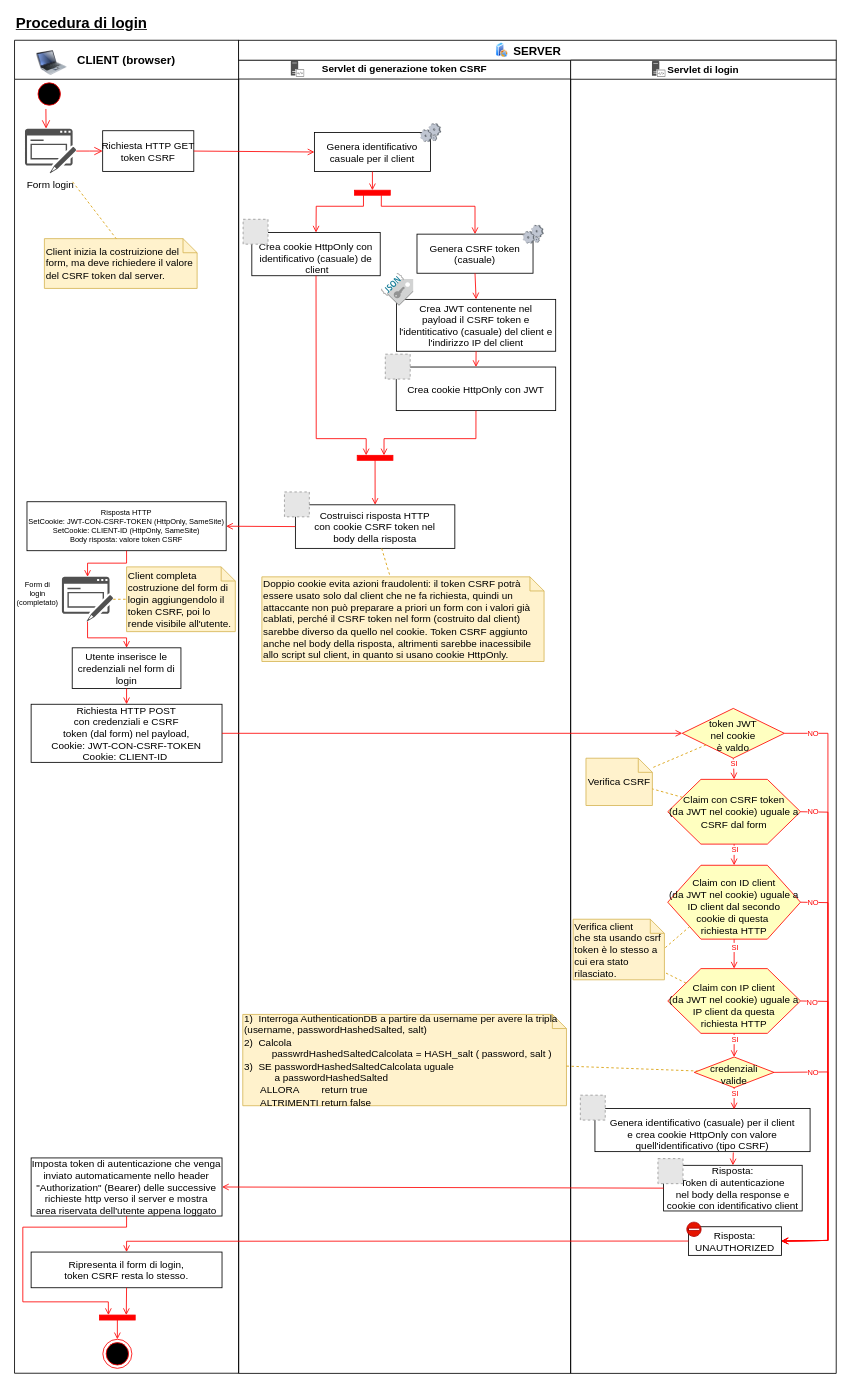
Before: __EXTRA__/algoritmi schemi e note progettuali/algoritmi/Login.drawio in matteoferfoglia/progetto-progrweb-2020, a draw.io diagram. Source tidied: cells renumbered, new cells numbered last; positions are measured from the earlier drawing's top-left corner, leaving out a move shared by most shapes. Both pictures are drawn from the tidied source at 83%, with x=0, y=0 at pixel (14, 15). Pictures stored in the file or linked from it are replaced by grey dashed boxes.
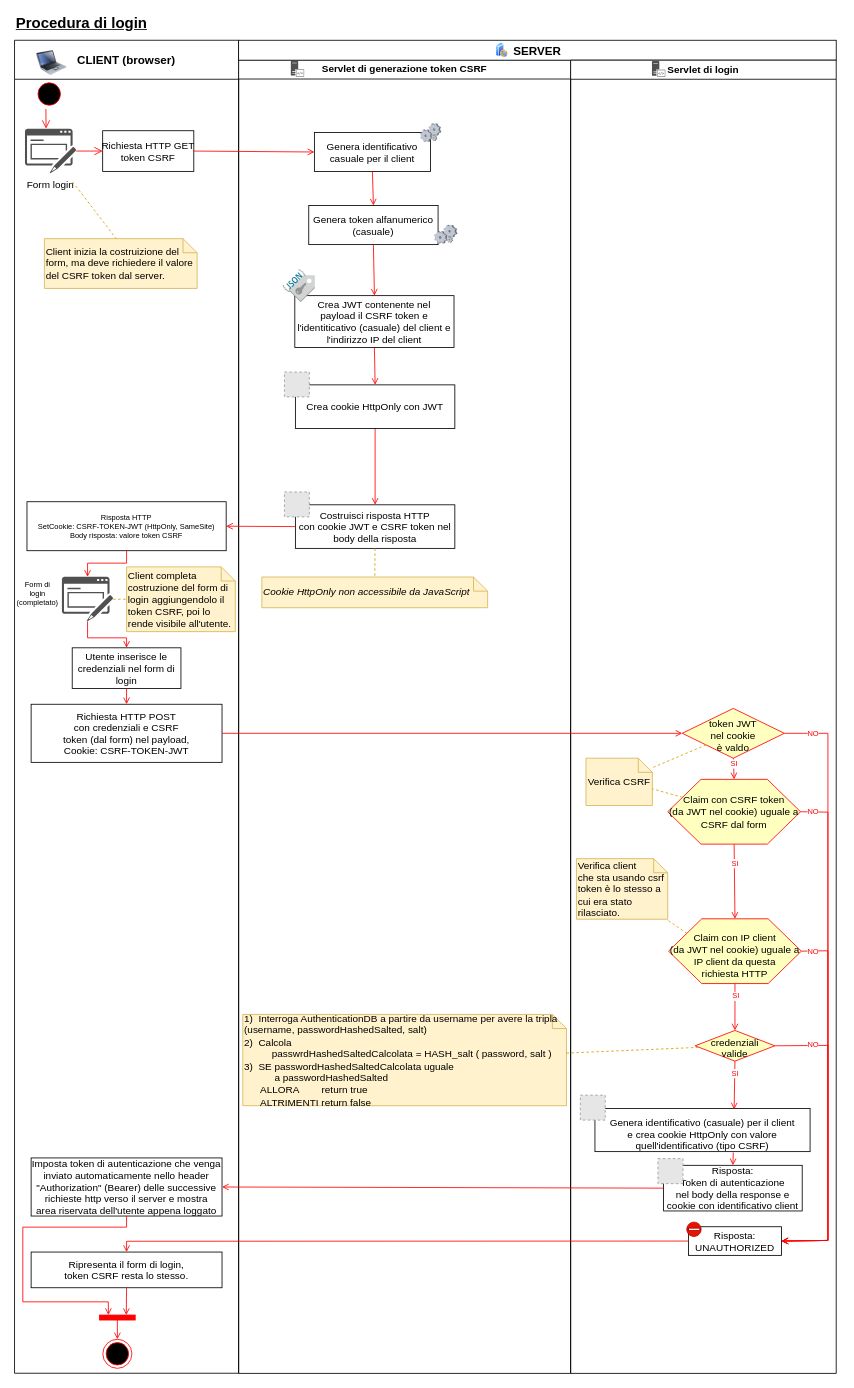
The same diagram, later.

Unchanged cells that the change refers to:
```xml
<mxCell id="6" value="CLIENT (browser)" style="swimlane;whiteSpace=wrap;startSize=47;fontSize=14;" parent="5" vertex="1">
  <mxGeometry width="270" height="1606" as="geometry" />
</mxCell>
<mxCell id="31" value="Servlet di generazione token CSRF" style="swimlane;whiteSpace=wrap;startSize=23;" parent="30" vertex="1">
  <mxGeometry width="400" height="1582.5" as="geometry" />
</mxCell>
<mxCell id="34" value="Genera identificativo&#10;casuale per il client" parent="33" vertex="1">
  <mxGeometry y="17.9" width="139.8" height="47.1" as="geometry" />
</mxCell>
<mxCell id="64" style="group;spacingTop=6;" parent="63" vertex="1">
  <mxGeometry x="-8.2" y="6" width="213.4" height="68" as="geometry" />
</mxCell>
<mxCell id="74" value="Servlet di login" style="swimlane;whiteSpace=wrap;startSize=23;" parent="29" vertex="1">
  <mxGeometry x="400" y="24" width="320" height="1582.2" as="geometry" />
</mxCell>
<mxCell id="77" value="&lt;span style=&quot;font-size: 12px&quot;&gt;Claim con CSRF&amp;nbsp;&lt;/span&gt;&lt;span style=&quot;font-size: 12px&quot;&gt;token&lt;br&gt;(da JWT nel cookie) uguale&amp;nbsp;&lt;/span&gt;&lt;span style=&quot;font-size: 12px&quot;&gt;a CSRF dal form&lt;/span&gt;" style="shape=hexagon;perimeter=hexagonPerimeter2;whiteSpace=wrap;html=1;fontSize=9;fillColor=#FFFFC0;strokeColor=#FF0000;" parent="74" vertex="1">
  <mxGeometry x="117" y="866.5" width="160" height="78" as="geometry" />
</mxCell>
<mxCell id="93" value="Risposta:&#10;UNAUTHORIZED" parent="92" vertex="1">
  <mxGeometry x="2" y="5.5" width="112" height="34.5" as="geometry" />
</mxCell>
```

Change to the diagram source:
```diff
@@
-    <mxCell id="11" value="Risposta HTTP&#10;SetCookie: JWT-CON-CSRF-TOKEN (HttpOnly, SameSite)&#10;SetCookie: CLIENT-ID (HttpOnly, SameSite)&#10;Body risposta: valore token CSRF" style="fontSize=9;" parent="6" vertex="1">
+    <mxCell id="11" value="Risposta HTTP&#10;SetCookie: CSRF-TOKEN-JWT (HttpOnly, SameSite)&#10;Body risposta: valore token CSRF" style="fontSize=9;" parent="6" vertex="1">
       <mxGeometry x="15" y="556" width="240" height="59" as="geometry" />
     </mxCell>
@@
-    <mxCell id="18" value="Richiesta HTTP POST&#10;con credenziali e CSRF&#10;token (dal form) nel payload,&#10;Cookie: JWT-CON-CSRF-TOKEN&#10;Cookie: CLIENT-ID " parent="6" vertex="1">
+    <mxCell id="18" value="Richiesta HTTP POST&#10;con credenziali e CSRF&#10;token (dal form) nel payload,&#10;Cookie: CSRF-TOKEN-JWT" parent="6" vertex="1">
       <mxGeometry x="20" y="800" width="230" height="70" as="geometry" />
     </mxCell>
@@
-    <mxCell id="36" style="group;" parent="31" vertex="1">
-      <mxGeometry x="9.5" y="186" width="161.2" height="74" as="geometry" />
-    </mxCell>
-    <mxCell id="37" style="group;" parent="36" vertex="1">
-      <mxGeometry width="161.2" height="74" as="geometry" />
-    </mxCell>
-    <mxCell id="38" style="group;" parent="37" vertex="1">
-      <mxGeometry x="-4.1" y="6" width="165.3" height="68" as="geometry" />
-    </mxCell>
-    <mxCell id="39" style="group;" parent="38" vertex="1">
-      <mxGeometry width="165.3" height="68" as="geometry" />
-    </mxCell>
-    <mxCell id="40" value="Crea cookie HttpOnly con&#10;identificativo (casuale) de&#10; client" style="fontStyle=0;spacingTop=9;" parent="39" vertex="1">
-      <mxGeometry x="10.5" y="16" width="154.7" height="52" as="geometry" />
-    </mxCell>
-    <mxCell id="41" style="fillColor=#E6E6E6;strokeColor=#999999;dashed=1;verticalLabelPosition=bottom;labelBackgroundColor=#ffffff;verticalAlign=top;" parent="39" vertex="1">
-      <mxGeometry width="30" height="30" as="geometry" />
-    </mxCell>
-    <mxCell id="42" style="whiteSpace=wrap;strokeColor=#FF0000;fillColor=#FF0000;direction=south;" parent="31" vertex="1">
-      <mxGeometry x="139.7" y="157" width="43" height="6" as="geometry" />
-    </mxCell>
-    <mxCell id="43" style="endArrow=open;strokeColor=#FF0000;endFill=1;rounded=0;exitX=0.5;exitY=1;exitDx=0;exitDy=0;entryX=0;entryY=0.5;entryDx=0;entryDy=0;" parent="31" edge="1" source="34" target="42">
+    <mxCell id="43" style="endArrow=open;strokeColor=#FF0000;endFill=1;rounded=0;exitX=0.5;exitY=1;exitDx=0;exitDy=0;entryX=0.5;entryY=0;entryDx=0;entryDy=0;" parent="31" edge="1" source="34" target="52">
       <mxGeometry relative="1" as="geometry" />
     </mxCell>
-    <mxCell id="44" style="endArrow=open;strokeColor=#FF0000;endFill=1;rounded=0;exitX=1;exitY=0.75;exitDx=0;exitDy=0;entryX=0.5;entryY=0;entryDx=0;entryDy=0;" parent="31" edge="1" source="42" target="40">
-      <mxGeometry relative="1" as="geometry">
-        <Array as="points">
-          <mxPoint x="150.4" y="176.3" />
-          <mxPoint x="93.5" y="176.3" />
-        </Array>
-      </mxGeometry>
-    </mxCell>
-    <mxCell id="45" style="endArrow=open;strokeColor=#FF0000;endFill=1;rounded=0;exitX=1;exitY=0.25;exitDx=0;exitDy=0;" parent="31" edge="1" source="42" target="52">
-      <mxGeometry relative="1" as="geometry">
-        <Array as="points">
-          <mxPoint x="171.9" y="176.3" />
-          <mxPoint x="284.8" y="176.3" />
-        </Array>
-      </mxGeometry>
-    </mxCell>
-    <mxCell id="46" style="group;spacingTop=0;" parent="31" vertex="1">
-      <mxGeometry x="169" y="270" width="213" height="81" as="geometry" />
-    </mxCell>
-    <mxCell id="47" value="Crea JWT contenente nel&#10;payload il CSRF token e&#10;l'identiticativo (casuale) del client e&#10;l'indirizzo IP del client" style="fontStyle=0;spacingTop=0;" parent="46" vertex="1">
-      <mxGeometry x="21.2" y="18.5" width="191.8" height="62.5" as="geometry" />
-    </mxCell>
-    <mxCell id="48" style="group;" parent="46" vertex="1">
-      <mxGeometry x="0.8" y="-6.1" width="43.7" height="41.7" as="geometry" />
-    </mxCell>
-    <mxCell id="49" style="dashed=0;verticalLabelPosition=bottom;verticalAlign=top;align=center;html=1;shape=mxgraph.aws3.saml_token;fillColor=#D2D3D3;gradientColor=none;fontSize=14;" parent="48" vertex="1">
-      <mxGeometry x="9.1" width="31.4" height="32.4" as="geometry" />
-    </mxCell>
-    <mxCell id="50" style="dashed=0;html=1;align=center;labelPosition=center;verticalLabelPosition=bottom;verticalAlign=top;shape=mxgraph.weblogos.json_2;fontSize=14;rotation=-45;" parent="48" vertex="1">
-      <mxGeometry y="0.9" width="31.2" height="11.4" as="geometry" />
-    </mxCell>
-    <mxCell id="51" style="group;" parent="31" vertex="1">
-      <mxGeometry x="214.9" y="192" width="152.6" height="65" as="geometry" />
-    </mxCell>
-    <mxCell id="52" value="Genera CSRF token&#10;(casuale)" parent="51" vertex="1">
-      <mxGeometry y="17.9" width="139.8" height="47.1" as="geometry" />
-    </mxCell>
-    <mxCell id="53" style="verticalLabelPosition=bottom;html=1;verticalAlign=top;strokeColor=none;align=center;shape=mxgraph.citrix.process;labelBackgroundColor=none;fontSize=14;fontColor=#009900;" parent="51" vertex="1">
-      <mxGeometry x="127.5" y="7" width="25.1" height="22" as="geometry" />
-    </mxCell>
-    <mxCell id="54" style="group;spacingTop=2;" parent="31" vertex="1">
-      <mxGeometry x="176.8" y="348.5" width="205.3" height="74" as="geometry" />
-    </mxCell>
-    <mxCell id="55" style="group;spacingTop=6;" parent="54" vertex="1">
-      <mxGeometry x="-8.2" y="6" width="213.4" height="68" as="geometry" />
-    </mxCell>
-    <mxCell id="56" value="Crea cookie HttpOnly con JWT" style="fontStyle=0;spacingTop=0;" parent="55" vertex="1">
-      <mxGeometry x="21.3" y="15.5" width="192.1" height="52.5" as="geometry" />
-    </mxCell>
-    <mxCell id="57" style="fillColor=#E6E6E6;strokeColor=#999999;dashed=1;verticalLabelPosition=bottom;labelBackgroundColor=#ffffff;verticalAlign=top;" parent="55" vertex="1">
-      <mxGeometry x="8.1" width="30" height="30" as="geometry" />
-    </mxCell>
-    <mxCell id="58" style="endArrow=open;strokeColor=#FF0000;endFill=1;rounded=0;exitX=0.5;exitY=1;exitDx=0;exitDy=0;entryX=0.5;entryY=0;entryDx=0;entryDy=0;" parent="31" edge="1" source="52" target="47">
-      <mxGeometry relative="1" as="geometry" />
-    </mxCell>
-    <mxCell id="59" style="whiteSpace=wrap;strokeColor=#FF0000;fillColor=#FF0000;direction=south;" parent="31" vertex="1">
-      <mxGeometry x="142.9" y="476.4" width="43" height="6" as="geometry" />
-    </mxCell>
-    <mxCell id="60" style="endArrow=open;strokeColor=#FF0000;endFill=1;rounded=0;exitX=0.5;exitY=1;exitDx=0;exitDy=0;entryX=0;entryY=0.75;entryDx=0;entryDy=0;" parent="31" edge="1" source="40" target="59">
-      <mxGeometry relative="1" as="geometry">
-        <Array as="points">
-          <mxPoint x="93.5" y="456.3" />
-          <mxPoint x="153.7" y="456.3" />
-        </Array>
-      </mxGeometry>
-    </mxCell>
-    <mxCell id="61" style="endArrow=open;strokeColor=#FF0000;endFill=1;rounded=0;exitX=0.5;exitY=1;exitDx=0;exitDy=0;entryX=0;entryY=0.25;entryDx=0;entryDy=0;" parent="31" edge="1" source="56" target="59">
-      <mxGeometry relative="1" as="geometry">
-        <Array as="points">
-          <mxPoint x="285.9" y="456.3" />
-          <mxPoint x="175.2" y="456.3" />
-        </Array>
-      </mxGeometry>
-    </mxCell>
-    <mxCell id="62" style="endArrow=open;strokeColor=#FF0000;endFill=1;rounded=0;exitX=0.5;exitY=1;exitDx=0;exitDy=0;entryX=0.5;entryY=0;entryDx=0;entryDy=0;" parent="31" edge="1" source="47" target="56">
-      <mxGeometry relative="1" as="geometry" />
-    </mxCell>
@@
-    <mxCell id="65" value="Costruisci risposta HTTP&#10;con cookie CSRF token nel&#10;body della risposta" style="fontStyle=0;spacingTop=0;" parent="64" vertex="1">
+    <mxCell id="65" value="Costruisci risposta HTTP&#10;con cookie JWT e CSRF token nel&#10;body della risposta" style="fontStyle=0;spacingTop=0;" parent="64" vertex="1">
       <mxGeometry x="21.3" y="15.5" width="192.1" height="52.5" as="geometry" />
     </mxCell>
@@
-    <mxCell id="67" style="edgeStyle=none;strokeColor=#FF0000;endArrow=open;endFill=1;rounded=0;exitX=1;exitY=0.5;exitDx=0;exitDy=0;entryX=0.5;entryY=0;entryDx=0;entryDy=0;" parent="31" edge="1" source="59" target="65">
+    <mxCell id="67" style="edgeStyle=none;strokeColor=#FF0000;endArrow=open;endFill=1;rounded=0;exitX=0.5;exitY=1;exitDx=0;exitDy=0;entryX=0.5;entryY=0;entryDx=0;entryDy=0;" parent="31" edge="1" source="56" target="65">
       <mxGeometry relative="1" as="geometry" />
     </mxCell>
-    <mxCell id="68" value="Doppio cookie evita azioni fraudolenti: il token CSRF potrà essere usato solo dal client che ne fa richiesta, quindi un attaccante non può preparare a priori un form con i valori già cablati, perché il CSRF token nel form (costruito dal client) sarebbe diverso da quello nel cookie. Token CSRF aggiunto anche nel body della risposta, altrimenti sarebbe inacessibile allo script sul client, in quanto si usano cookie HttpOnly." style="shape=note;whiteSpace=wrap;size=17;align=left;fillColor=#fff2cc;strokeColor=#d6b656;" parent="31" vertex="1">
-      <mxGeometry x="28" y="622.8" width="340" height="102" as="geometry" />
+    <mxCell id="68" value="Cookie HttpOnly non accessibile da JavaScript" style="shape=note;whiteSpace=wrap;size=17;align=left;fillColor=#fff2cc;strokeColor=#d6b656;fontStyle=2;" parent="31" vertex="1">
+      <mxGeometry x="28" y="623" width="272" height="37" as="geometry" />
     </mxCell>
@@
+    <mxCell id="46" style="group;spacingTop=0;" parent="31" vertex="1">
+      <mxGeometry x="50.5" y="265.5" width="213" height="81" as="geometry" />
+    </mxCell>
+    <mxCell id="47" value="Crea JWT contenente nel&#10;payload il CSRF token e&#10;l'identiticativo (casuale) del client e&#10;l'indirizzo IP del client" style="fontStyle=0;spacingTop=0;" parent="46" vertex="1">
+      <mxGeometry x="17.2" y="18.5" width="191.8" height="62.5" as="geometry" />
+    </mxCell>
+    <mxCell id="48" style="group;" parent="46" vertex="1">
+      <mxGeometry x="0.8" y="-6.1" width="43.7" height="41.7" as="geometry" />
+    </mxCell>
+    <mxCell id="49" style="dashed=0;verticalLabelPosition=bottom;verticalAlign=top;align=center;html=1;shape=mxgraph.aws3.saml_token;fillColor=#D2D3D3;gradientColor=none;fontSize=14;" parent="48" vertex="1">
+      <mxGeometry x="9.1" width="31.4" height="32.4" as="geometry" />
+    </mxCell>
+    <mxCell id="50" style="dashed=0;html=1;align=center;labelPosition=center;verticalLabelPosition=bottom;verticalAlign=top;shape=mxgraph.weblogos.json_2;fontSize=14;rotation=-45;" parent="48" vertex="1">
+      <mxGeometry y="0.9" width="31.2" height="11.4" as="geometry" />
+    </mxCell>
+    <mxCell id="52" value="Genera token alfanumerico&#10;(casuale)" parent="31" vertex="1">
+      <mxGeometry x="84.5" y="175.4" width="155.8" height="47.1" as="geometry" />
+    </mxCell>
+    <mxCell id="53" style="verticalLabelPosition=bottom;html=1;verticalAlign=top;strokeColor=none;align=center;shape=mxgraph.citrix.process;labelBackgroundColor=none;fontSize=14;fontColor=#009900;" parent="31" vertex="1">
+      <mxGeometry x="235.6" y="199" width="27.9" height="22" as="geometry" />
+    </mxCell>
+    <mxCell id="54" style="group;spacingTop=2;" parent="31" vertex="1">
+      <mxGeometry x="61.8" y="370" width="205.3" height="74" as="geometry" />
+    </mxCell>
+    <mxCell id="55" style="group;spacingTop=6;" parent="54" vertex="1">
+      <mxGeometry x="-14.7" y="6" width="213.4" height="68" as="geometry" />
+    </mxCell>
+    <mxCell id="56" value="Crea cookie HttpOnly con JWT" style="fontStyle=0;spacingTop=0;" parent="55" vertex="1">
+      <mxGeometry x="21.3" y="15.5" width="192.1" height="52.5" as="geometry" />
+    </mxCell>
+    <mxCell id="57" style="fillColor=#E6E6E6;strokeColor=#999999;dashed=1;verticalLabelPosition=bottom;labelBackgroundColor=#ffffff;verticalAlign=top;" parent="55" vertex="1">
+      <mxGeometry x="8.1" width="30" height="30" as="geometry" />
+    </mxCell>
+    <mxCell id="58" style="endArrow=open;strokeColor=#FF0000;endFill=1;rounded=0;exitX=0.5;exitY=1;exitDx=0;exitDy=0;entryX=0.5;entryY=0;entryDx=0;entryDy=0;" parent="31" edge="1" source="52" target="47">
+      <mxGeometry relative="1" as="geometry" />
+    </mxCell>
+    <mxCell id="62" style="endArrow=open;strokeColor=#FF0000;endFill=1;rounded=0;exitX=0.5;exitY=1;exitDx=0;exitDy=0;entryX=0.5;entryY=0;entryDx=0;entryDy=0;" parent="31" edge="1" source="47" target="56">
+      <mxGeometry relative="1" as="geometry" />
+    </mxCell>
@@
     <mxCell id="78" value="&lt;span style=&quot;font-size: 12px&quot;&gt;Claim con IP client&lt;/span&gt;&lt;span style=&quot;font-size: 12px&quot;&gt;&lt;br&gt;(da JWT nel cookie) uguale&amp;nbsp;&lt;/span&gt;&lt;span style=&quot;font-size: 12px&quot;&gt;a IP client da questa&lt;br&gt;&lt;/span&gt;&lt;font style=&quot;font-size: 12px&quot;&gt;richiesta HTTP&lt;/font&gt;" style="shape=hexagon;perimeter=hexagonPerimeter2;whiteSpace=wrap;html=1;fontSize=9;fillColor=#FFFFC0;strokeColor=#FF0000;spacingTop=10;" parent="74" vertex="1">
-      <mxGeometry x="117" y="1094.5" width="160" height="78" as="geometry" />
+      <mxGeometry x="118" y="1034.5" width="160" height="78" as="geometry" />
     </mxCell>
-    <mxCell id="79" value="&lt;span style=&quot;font-size: 12px&quot;&gt;Claim con ID client&lt;/span&gt;&lt;span style=&quot;font-size: 12px&quot;&gt;&lt;br&gt;(da JWT nel cookie) uguale&amp;nbsp;&lt;/span&gt;&lt;span style=&quot;font-size: 12px&quot;&gt;a ID client dal secondo&lt;br&gt;cookie di questa&amp;nbsp;&lt;br&gt;&lt;/span&gt;&lt;font style=&quot;font-size: 12px&quot;&gt;richiesta HTTP&lt;/font&gt;" style="shape=hexagon;perimeter=hexagonPerimeter2;whiteSpace=wrap;html=1;fontSize=9;fillColor=#FFFFC0;strokeColor=#FF0000;spacingTop=10;" parent="74" vertex="1">
-      <mxGeometry x="117" y="970" width="160" height="89" as="geometry" />
-    </mxCell>
@@
     <mxCell id="83" value="Verifica client&#10;che sta usando csrf token è lo stesso a cui era stato rilasciato." style="shape=note;whiteSpace=wrap;size=17;align=left;fillColor=#fff2cc;strokeColor=#d6b656;" parent="74" vertex="1">
-      <mxGeometry x="3" y="1035" width="110" height="73" as="geometry" />
+      <mxGeometry x="7" y="962" width="110" height="73" as="geometry" />
     </mxCell>
-    <mxCell id="84" style="endArrow=none;strokeColor=#d79b00;endFill=0;rounded=0;dashed=1;fillColor=#ffe6cc;entryX=0.991;entryY=0.493;entryDx=0;entryDy=0;entryPerimeter=0;exitX=0.166;exitY=0.829;exitDx=0;exitDy=0;exitPerimeter=0;" parent="74" edge="1" source="79" target="83">
-      <mxGeometry relative="1" as="geometry" />
-    </mxCell>
@@
-    <mxCell id="88" style="edgeStyle=none;strokeColor=#FF0000;endArrow=open;endFill=1;rounded=0;exitX=0.5;exitY=1;exitDx=0;exitDy=0;entryX=0.5;entryY=0;entryDx=0;entryDy=0;" parent="74" edge="1" source="77" target="79">
+    <mxCell id="88" style="edgeStyle=none;strokeColor=#FF0000;endArrow=open;endFill=1;rounded=0;exitX=0.5;exitY=1;exitDx=0;exitDy=0;entryX=0.5;entryY=0;entryDx=0;entryDy=0;" parent="74" edge="1" source="77" target="78">
       <mxGeometry relative="1" as="geometry" />
     </mxCell>
@@
-    <mxCell id="90" style="edgeStyle=none;strokeColor=#FF0000;endArrow=open;endFill=1;rounded=0;exitX=0.5;exitY=1;exitDx=0;exitDy=0;entryX=0.5;entryY=0;entryDx=0;entryDy=0;" parent="74" edge="1" source="79" target="78">
-      <mxGeometry relative="1" as="geometry" />
-    </mxCell>
-    <mxCell id="91" value="&lt;font color=&quot;#ff0000&quot;&gt;SI&lt;/font&gt;" style="text;html=1;align=center;verticalAlign=middle;labelBackgroundColor=#ffffff;fontSize=9;" parent="90" vertex="1">
-      <mxGeometry x="-0.48" relative="1" as="geometry" />
-    </mxCell>
@@
-    <mxCell id="103" style="edgeStyle=none;strokeColor=#FF0000;endArrow=open;endFill=1;rounded=0;exitX=1;exitY=0.5;exitDx=0;exitDy=0;entryX=1;entryY=0.5;entryDx=0;entryDy=0;" parent="74" edge="1" source="79" target="93">
-      <mxGeometry relative="1" as="geometry">
-        <Array as="points">
-          <mxPoint x="310" y="1015" />
-          <mxPoint x="310" y="1422" />
-        </Array>
-      </mxGeometry>
-    </mxCell>
-    <mxCell id="104" value="&lt;font color=&quot;#ff0000&quot;&gt;NO&lt;/font&gt;" style="text;html=1;align=center;verticalAlign=middle;labelBackgroundColor=#ffffff;fontSize=9;" parent="103" vertex="1">
-      <mxGeometry x="-0.48" relative="1" as="geometry">
-        <mxPoint x="-19" y="-96.5" as="offset" />
-      </mxGeometry>
-    </mxCell>
     <mxCell id="105" style="edgeStyle=none;strokeColor=#FF0000;endArrow=open;endFill=1;rounded=0;exitX=1;exitY=0.5;exitDx=0;exitDy=0;entryX=1;entryY=0.5;entryDx=0;entryDy=0;" parent="74" edge="1" source="78" target="93">
       <mxGeometry relative="1" as="geometry">
         <Array as="points">
-          <mxPoint x="310" y="1134" />
+          <mxPoint x="310" y="1073" />
           <mxPoint x="310" y="1422" />
         </Array>
       </mxGeometry>
     </mxCell>
     <mxCell id="106" value="&lt;font color=&quot;#ff0000&quot;&gt;NO&lt;/font&gt;" style="text;html=1;align=center;verticalAlign=middle;labelBackgroundColor=#ffffff;fontSize=9;" parent="105" vertex="1">
       <mxGeometry x="-0.48" relative="1" as="geometry">
-        <mxPoint x="-20" y="-63.5" as="offset" />
+        <mxPoint x="-19" y="-81" as="offset" />
       </mxGeometry>
     </mxCell>
@@
     <mxCell id="116" value="credenziali&#10;valide" style="rhombus;fillColor=#FFFFC0;strokeColor=#ff0000;spacingLeft=0;spacingTop=5;" parent="74" vertex="1">
-      <mxGeometry x="149" y="1201" width="96" height="37" as="geometry" />
+      <mxGeometry x="150" y="1169" width="96" height="37" as="geometry" />
     </mxCell>
@@
     <mxCell id="119" style="edgeStyle=none;strokeColor=#FF0000;endArrow=open;endFill=1;rounded=0;exitX=1;exitY=0.5;exitDx=0;exitDy=0;entryX=1;entryY=0.5;entryDx=0;entryDy=0;" parent="74" edge="1" source="116" target="93">
       <mxGeometry relative="1" as="geometry">
         <Array as="points">
-          <mxPoint x="310" y="1219" />
+          <mxPoint x="310" y="1187" />
           <mxPoint x="310" y="1422" />
         </Array>
       </mxGeometry>
     </mxCell>
     <mxCell id="120" value="&lt;font color=&quot;#ff0000&quot;&gt;NO&lt;/font&gt;" style="text;html=1;align=center;verticalAlign=middle;labelBackgroundColor=#ffffff;fontSize=9;" parent="119" vertex="1">
       <mxGeometry x="-0.48" relative="1" as="geometry">
-        <mxPoint x="-19" y="-18.5" as="offset" />
+        <mxPoint x="-19" y="-28" as="offset" />
       </mxGeometry>
     </mxCell>
```
